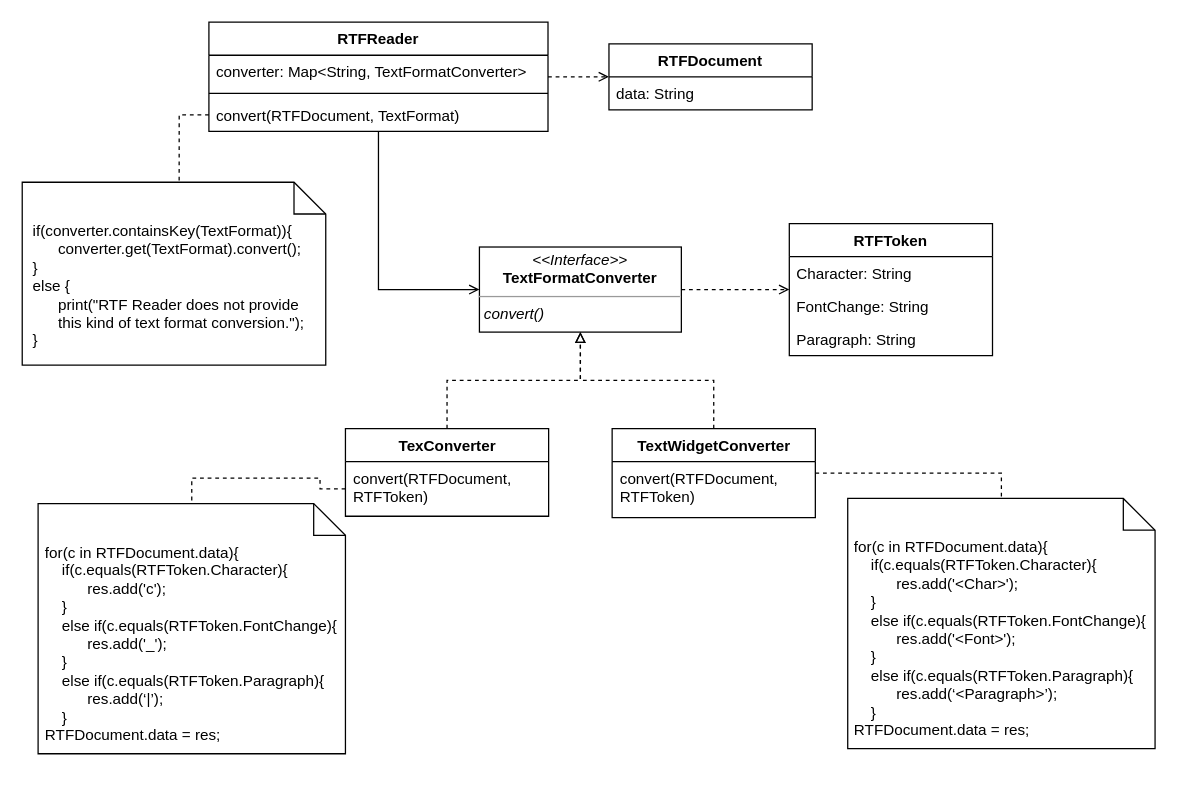
This is page "refactoredDesign_v1" (2 of 3) of HW2 RTFConverter.drawio from Janette-Hua/111-1-Software-Engineering-Design, a draw.io file, before an edit. Source tidied: cells renumbered, new cells numbered last; positions are measured from the earlier drawing's top-left corner, leaving out a move shared by most shapes. Both pictures are drawn from the tidied source at 127%, with x=0, y=0 at pixel (22, 22).
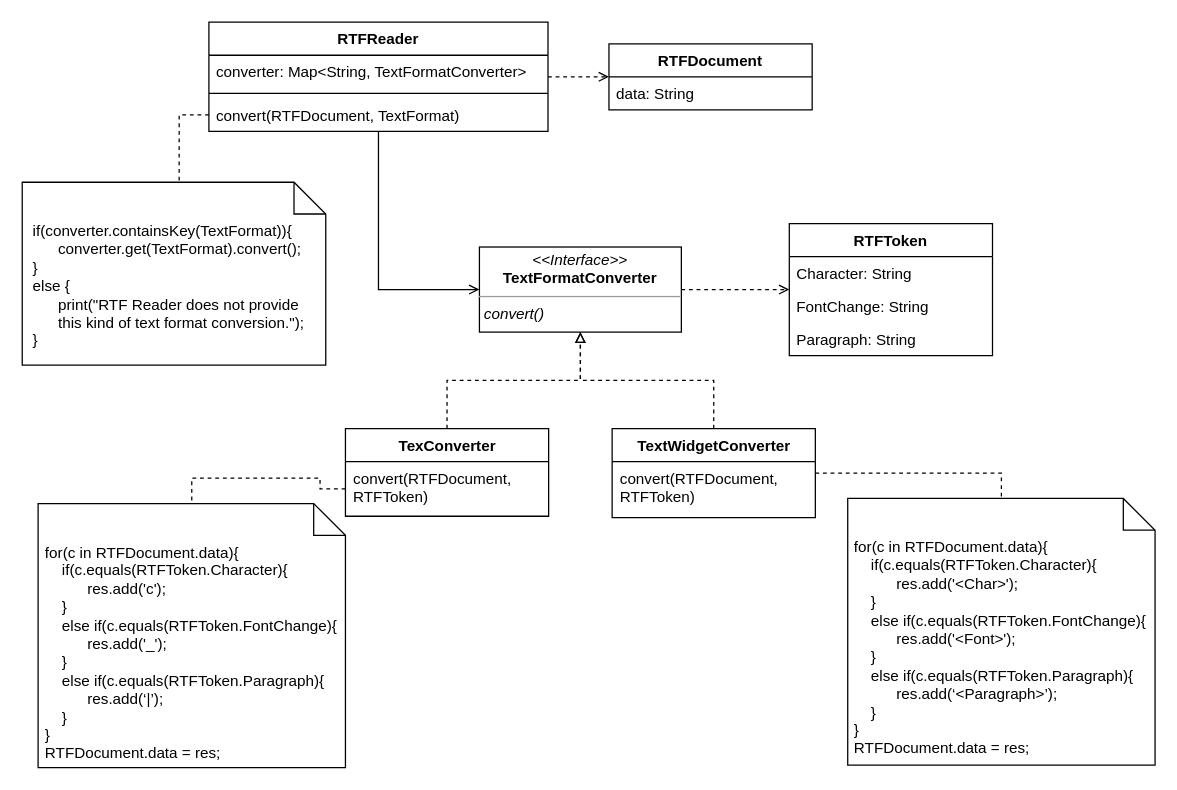
After the change.

What changed in the source:
```diff
@@
-    <mxCell id="21" value="&amp;nbsp;for(c in RTFDocument.data){&lt;br&gt;&amp;nbsp; &amp;nbsp; &amp;nbsp;if(c.equals(RTFToken.Character){&lt;br&gt;&amp;nbsp; &amp;nbsp; &amp;nbsp; &amp;nbsp; &amp;nbsp; &amp;nbsp;res.add('c');&lt;br&gt;&amp;nbsp; &amp;nbsp; &amp;nbsp;}&lt;br&gt;&amp;nbsp; &amp;nbsp; &amp;nbsp;else if(c.equals(RTFToken.FontChange){&lt;br&gt;&amp;nbsp; &amp;nbsp; &amp;nbsp; &amp;nbsp; &amp;nbsp; &amp;nbsp;res.add('_');&lt;br&gt;&amp;nbsp; &amp;nbsp; &amp;nbsp;}&lt;br&gt;&amp;nbsp; &amp;nbsp; &amp;nbsp;else if(c.equals(RTFToken.Paragraph){&lt;br style=&quot;border-color: var(--border-color);&quot;&gt;&amp;nbsp; &amp;nbsp; &amp;nbsp; &amp;nbsp; &amp;nbsp; &amp;nbsp;res.add(‘|’);&lt;br&gt;&amp;nbsp; &amp;nbsp; &amp;nbsp;}&lt;br&gt;&amp;nbsp;RTFDocument.data = res;" style="shape=note2;boundedLbl=1;whiteSpace=wrap;html=1;size=25;verticalAlign=top;align=left;" parent="1" vertex="1">
-      <mxGeometry x="12.5" y="379" width="242" height="197" as="geometry" />
+    <mxCell id="21" value="&amp;nbsp;for(c in RTFDocument.data){&lt;br&gt;&amp;nbsp; &amp;nbsp; &amp;nbsp;if(c.equals(RTFToken.Character){&lt;br&gt;&amp;nbsp; &amp;nbsp; &amp;nbsp; &amp;nbsp; &amp;nbsp; &amp;nbsp;res.add('c');&lt;br&gt;&amp;nbsp; &amp;nbsp; &amp;nbsp;}&lt;br&gt;&amp;nbsp; &amp;nbsp; &amp;nbsp;else if(c.equals(RTFToken.FontChange){&lt;br&gt;&amp;nbsp; &amp;nbsp; &amp;nbsp; &amp;nbsp; &amp;nbsp; &amp;nbsp;res.add('_');&lt;br&gt;&amp;nbsp; &amp;nbsp; &amp;nbsp;}&lt;br&gt;&amp;nbsp; &amp;nbsp; &amp;nbsp;else if(c.equals(RTFToken.Paragraph){&lt;br style=&quot;border-color: var(--border-color);&quot;&gt;&amp;nbsp; &amp;nbsp; &amp;nbsp; &amp;nbsp; &amp;nbsp; &amp;nbsp;res.add(‘|’);&lt;br&gt;&amp;nbsp; &amp;nbsp; &amp;nbsp;}&lt;br&gt;&amp;nbsp;}&lt;br&gt;&amp;nbsp;RTFDocument.data = res;" style="shape=note2;boundedLbl=1;whiteSpace=wrap;html=1;size=25;verticalAlign=top;align=left;" parent="1" vertex="1">
+      <mxGeometry x="12.5" y="379" width="242" height="208" as="geometry" />
     </mxCell>
@@
-    <mxCell id="27" value="&amp;nbsp;for(c in RTFDocument.data){&lt;br&gt;&amp;nbsp; &amp;nbsp; &amp;nbsp;if(c.equals(RTFToken.Character){&lt;br&gt;&amp;nbsp; &amp;nbsp; &amp;nbsp; &amp;nbsp; &amp;nbsp; &amp;nbsp;res.add('&amp;lt;Char&amp;gt;');&lt;br&gt;&amp;nbsp; &amp;nbsp; &amp;nbsp;}&lt;br&gt;&amp;nbsp; &amp;nbsp; &amp;nbsp;else if(c.equals(RTFToken.FontChange){&lt;br&gt;&amp;nbsp; &amp;nbsp; &amp;nbsp; &amp;nbsp; &amp;nbsp; &amp;nbsp;res.add('&amp;lt;Font&amp;gt;');&lt;br&gt;&amp;nbsp; &amp;nbsp; &amp;nbsp;}&lt;br&gt;&amp;nbsp; &amp;nbsp; &amp;nbsp;else if(c.equals(RTFToken.Paragraph){&lt;br style=&quot;border-color: var(--border-color);&quot;&gt;&amp;nbsp; &amp;nbsp; &amp;nbsp; &amp;nbsp; &amp;nbsp; &amp;nbsp;res.add(‘&amp;lt;Paragraph&amp;gt;’);&lt;br&gt;&amp;nbsp; &amp;nbsp; &amp;nbsp;}&lt;br&gt;&amp;nbsp;RTFDocument.data = res;" style="shape=note2;boundedLbl=1;whiteSpace=wrap;html=1;size=25;verticalAlign=top;align=left;" parent="1" vertex="1">
-      <mxGeometry x="650" y="375" width="242" height="197" as="geometry" />
+    <mxCell id="27" value="&amp;nbsp;for(c in RTFDocument.data){&lt;br&gt;&amp;nbsp; &amp;nbsp; &amp;nbsp;if(c.equals(RTFToken.Character){&lt;br&gt;&amp;nbsp; &amp;nbsp; &amp;nbsp; &amp;nbsp; &amp;nbsp; &amp;nbsp;res.add('&amp;lt;Char&amp;gt;');&lt;br&gt;&amp;nbsp; &amp;nbsp; &amp;nbsp;}&lt;br&gt;&amp;nbsp; &amp;nbsp; &amp;nbsp;else if(c.equals(RTFToken.FontChange){&lt;br&gt;&amp;nbsp; &amp;nbsp; &amp;nbsp; &amp;nbsp; &amp;nbsp; &amp;nbsp;res.add('&amp;lt;Font&amp;gt;');&lt;br&gt;&amp;nbsp; &amp;nbsp; &amp;nbsp;}&lt;br&gt;&amp;nbsp; &amp;nbsp; &amp;nbsp;else if(c.equals(RTFToken.Paragraph){&lt;br style=&quot;border-color: var(--border-color);&quot;&gt;&amp;nbsp; &amp;nbsp; &amp;nbsp; &amp;nbsp; &amp;nbsp; &amp;nbsp;res.add(‘&amp;lt;Paragraph&amp;gt;’);&lt;br&gt;&amp;nbsp; &amp;nbsp; &amp;nbsp;}&lt;br&gt;&amp;nbsp;}&lt;br&gt;&amp;nbsp;RTFDocument.data = res;" style="shape=note2;boundedLbl=1;whiteSpace=wrap;html=1;size=25;verticalAlign=top;align=left;" parent="1" vertex="1">
+      <mxGeometry x="650" y="375" width="242" height="210" as="geometry" />
     </mxCell>
```
